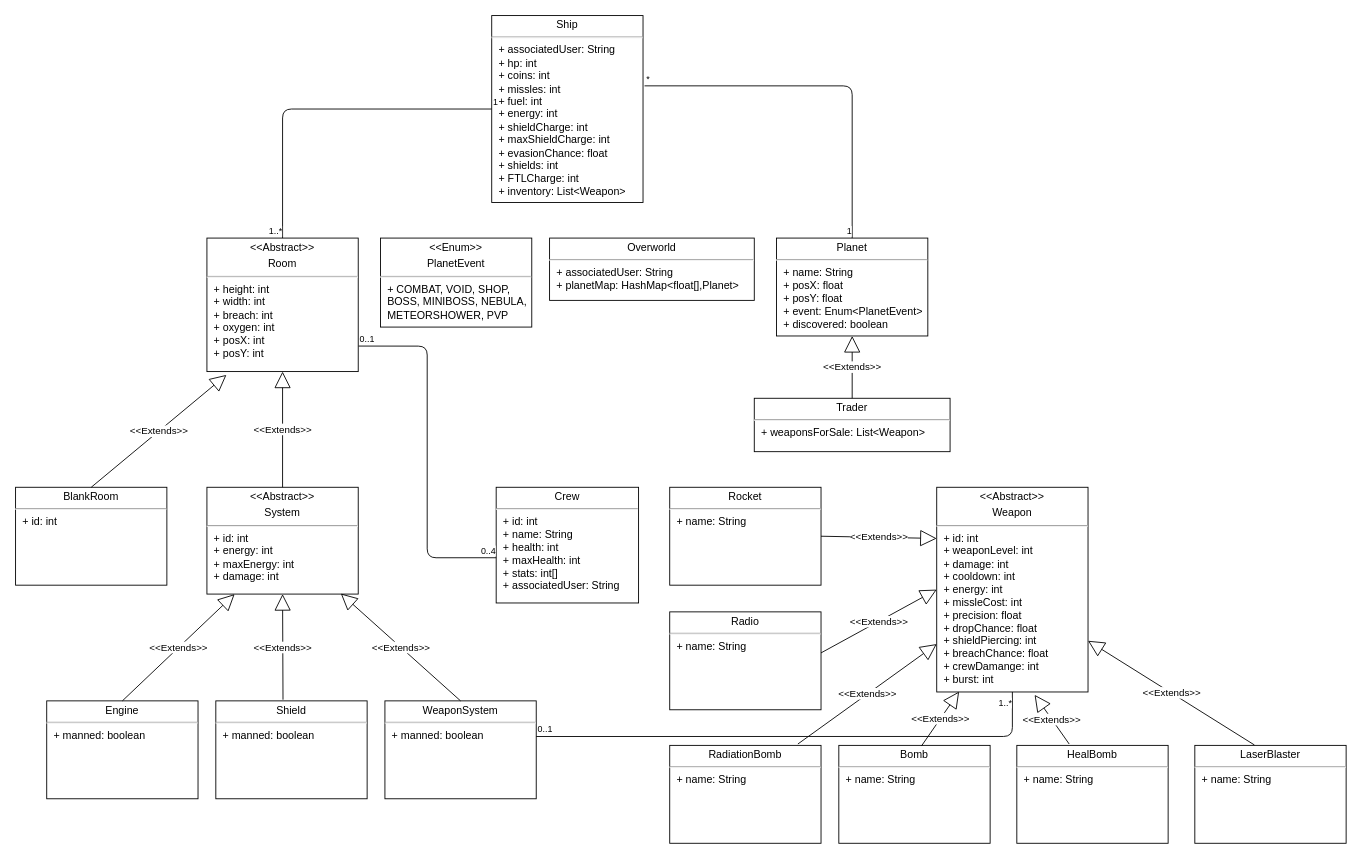
This is doc/UML/Datenmodell.drawio from fkehlenb/GalaxyTrucker, a draw.io file, before an edit. Source tidied: cells renumbered, new cells numbered last; positions are measured from the earlier drawing's top-left corner, leaving out a move shared by most shapes. Both pictures are drawn from the tidied source at 89%, with x=0, y=0 at pixel (15, 15).
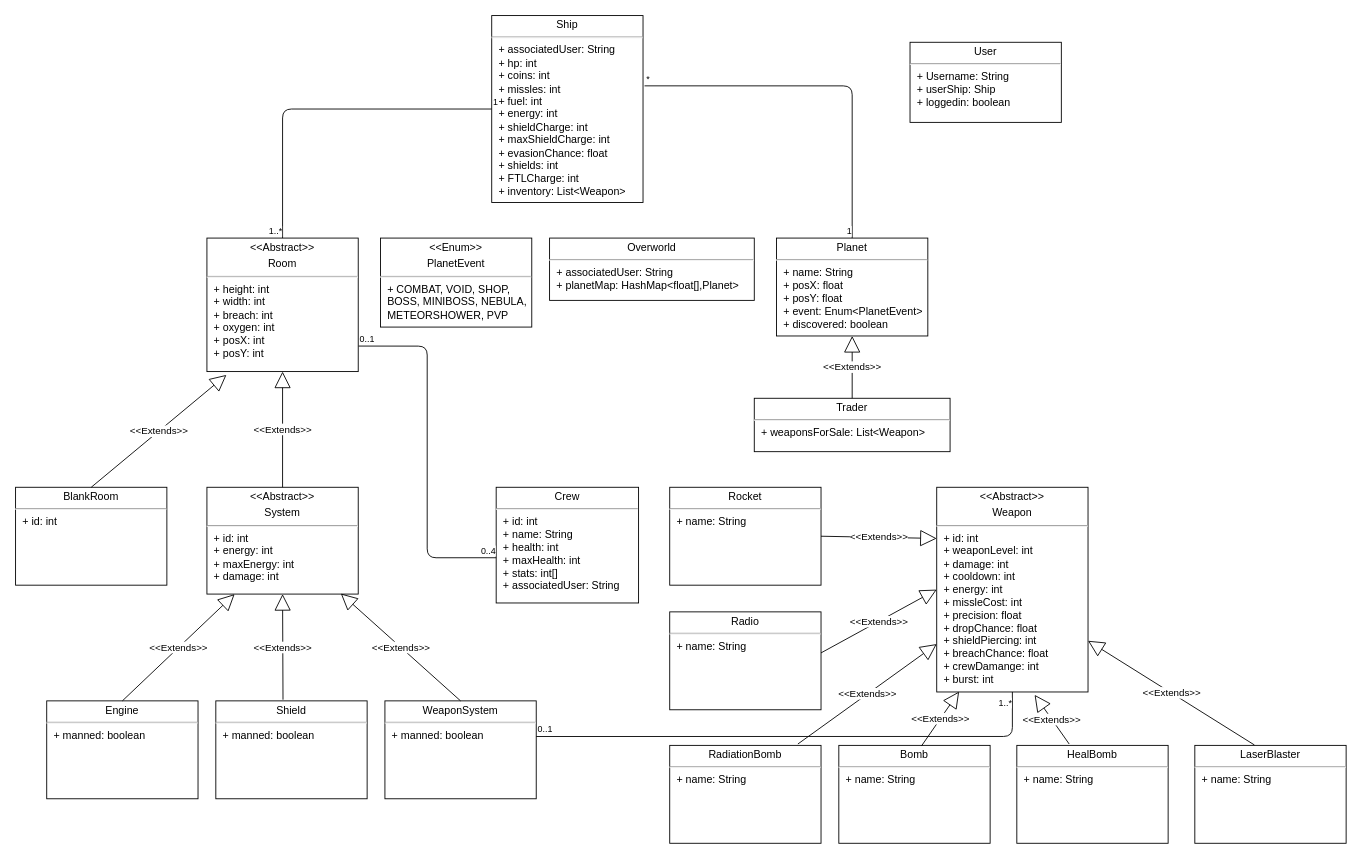
After the change.

Commit message (it also covers changes not shown here):
added User to Datensicht

The edit, as a diff of the source:
```diff
@@
+    <mxCell id="45" value="&lt;p style=&quot;margin: 4px 0px 0px ; text-align: center&quot;&gt;User&lt;/p&gt;&lt;hr&gt;&lt;p style=&quot;margin: 0px ; margin-left: 8px&quot;&gt;+ Username: String&lt;/p&gt;&lt;p style=&quot;margin: 0px ; margin-left: 8px&quot;&gt;+ userShip: Ship&lt;/p&gt;&lt;p style=&quot;margin: 0px ; margin-left: 8px&quot;&gt;+ loggedin: boolean&lt;/p&gt;&lt;p style=&quot;margin: 0px ; margin-left: 8px&quot;&gt;&lt;br&gt;&lt;/p&gt;&lt;p style=&quot;margin: 0px ; margin-left: 8px&quot;&gt;&lt;br&gt;&lt;/p&gt;" style="verticalAlign=top;align=left;overflow=fill;fontSize=12;fontFamily=Helvetica;html=1;" parent="1" vertex="1">
+      <mxGeometry x="1005" y="30" width="170" height="90" as="geometry" />
+    </mxCell>
```
